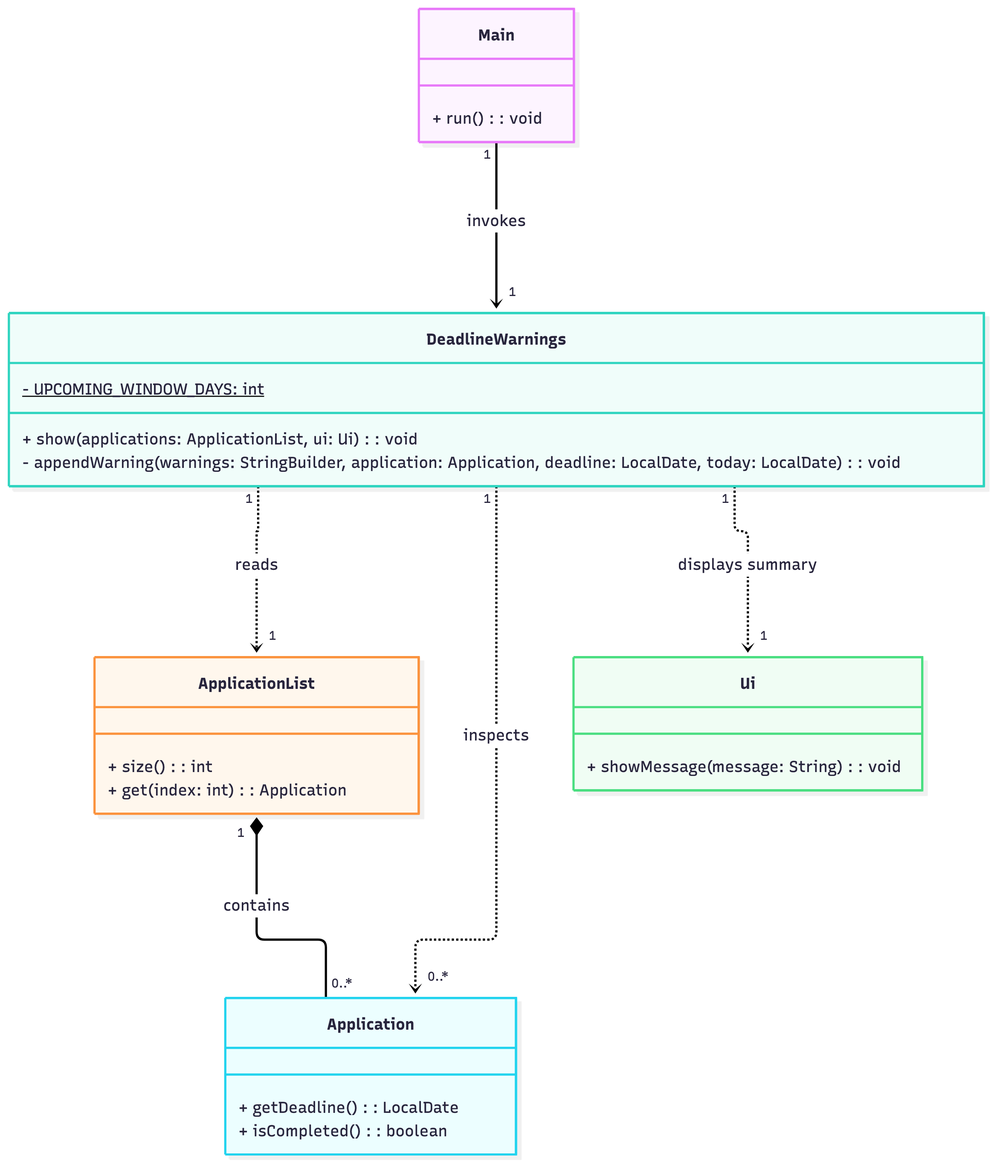
Before: docs/diagrams/deadline-warnings-class.png, a diagram exported from Mermaid (AY2627S1-CS2113-T10-2/tp). Its source is kept beside it as docs/diagrams/sources/deadline-warnings-class.mmd.
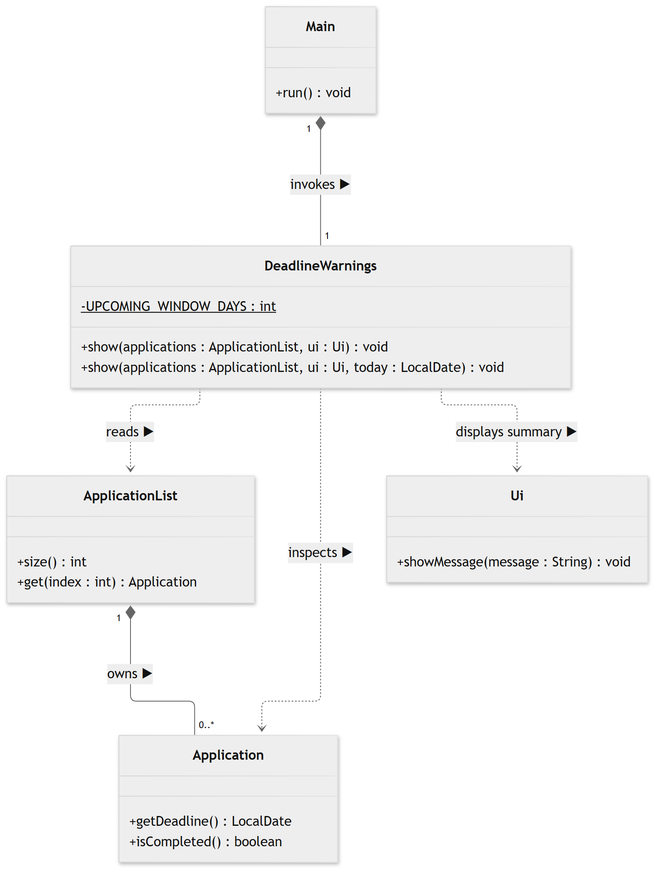
After the commit.

The edit, as a diff of the source:
```diff
@@ -1,32 +1,27 @@
+%%{init: {'theme': 'neutral'}}%%
 classDiagram
     direction TB
-
     class Main {
-        + run(): void
+        +run() void
     }
-
     class DeadlineWarnings {
-        - UPCOMING_WINDOW_DAYS: int$
-        + show(applications: ApplicationList, ui: Ui): void
-        - appendWarning(warnings: StringBuilder, application: Application, deadline: LocalDate, today: LocalDate): void
+        -UPCOMING_WINDOW_DAYS : int$
+        +show(applications : ApplicationList, ui : Ui) void
+        +show(applications : ApplicationList, ui : Ui, today : LocalDate) void
     }
-
     class ApplicationList {
-        + size(): int
-        + get(index: int): Application
+        +size() int
+        +get(index : int) Application
     }
-
     class Application {
-        + getDeadline(): LocalDate
-        + isCompleted(): boolean
+        +getDeadline() LocalDate
+        +isCompleted() boolean
     }
-
     class Ui {
-        + showMessage(message: String): void
+        +showMessage(message : String) void
     }
-
-    Main "1" --> "1" DeadlineWarnings : invokes
-    DeadlineWarnings "1" ..> "1" ApplicationList : reads
-    ApplicationList "1" *-- "0..*" Application : contains
-    DeadlineWarnings "1" ..> "0..*" Application : inspects
-    DeadlineWarnings "1" ..> "1" Ui : displays summary
+    Main "1" *-- "1" DeadlineWarnings : invokes ▶
+    DeadlineWarnings ..> ApplicationList : reads ▶
+    ApplicationList "1" *-- "0..*" Application : owns ▶
+    DeadlineWarnings ..> Application : inspects ▶
+    DeadlineWarnings ..> Ui : displays summary ▶
```
